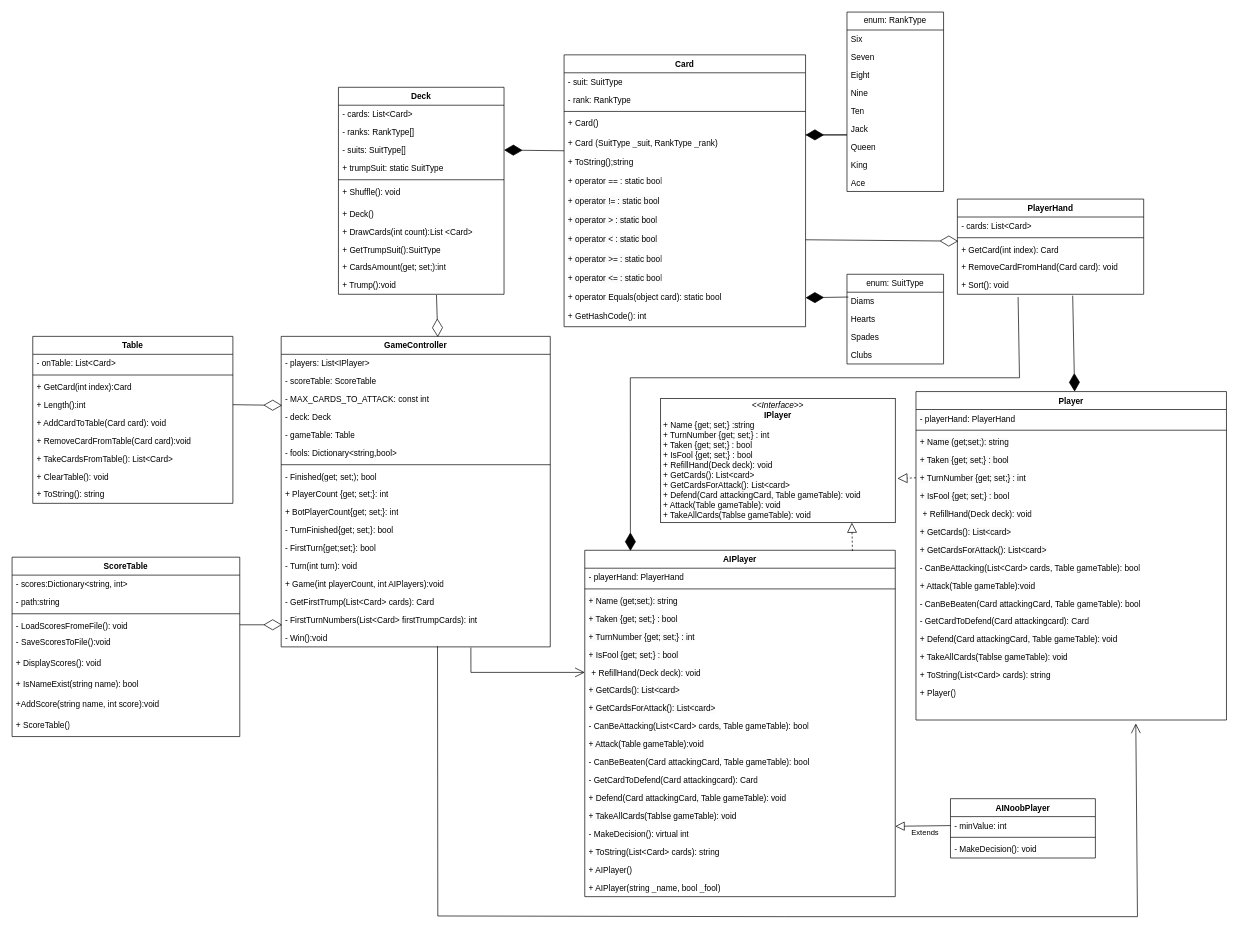
Stebusha/TheFool keeps this draw.io diagram as Docs/ДуракМодель.drawio. Above is the earlier version. Source tidied: cells renumbered, new cells numbered last; positions are measured from the earlier drawing's top-left corner, leaving out a move shared by most shapes. Both pictures are drawn from the tidied source at 69%, with x=0, y=0 at pixel (12, 12).
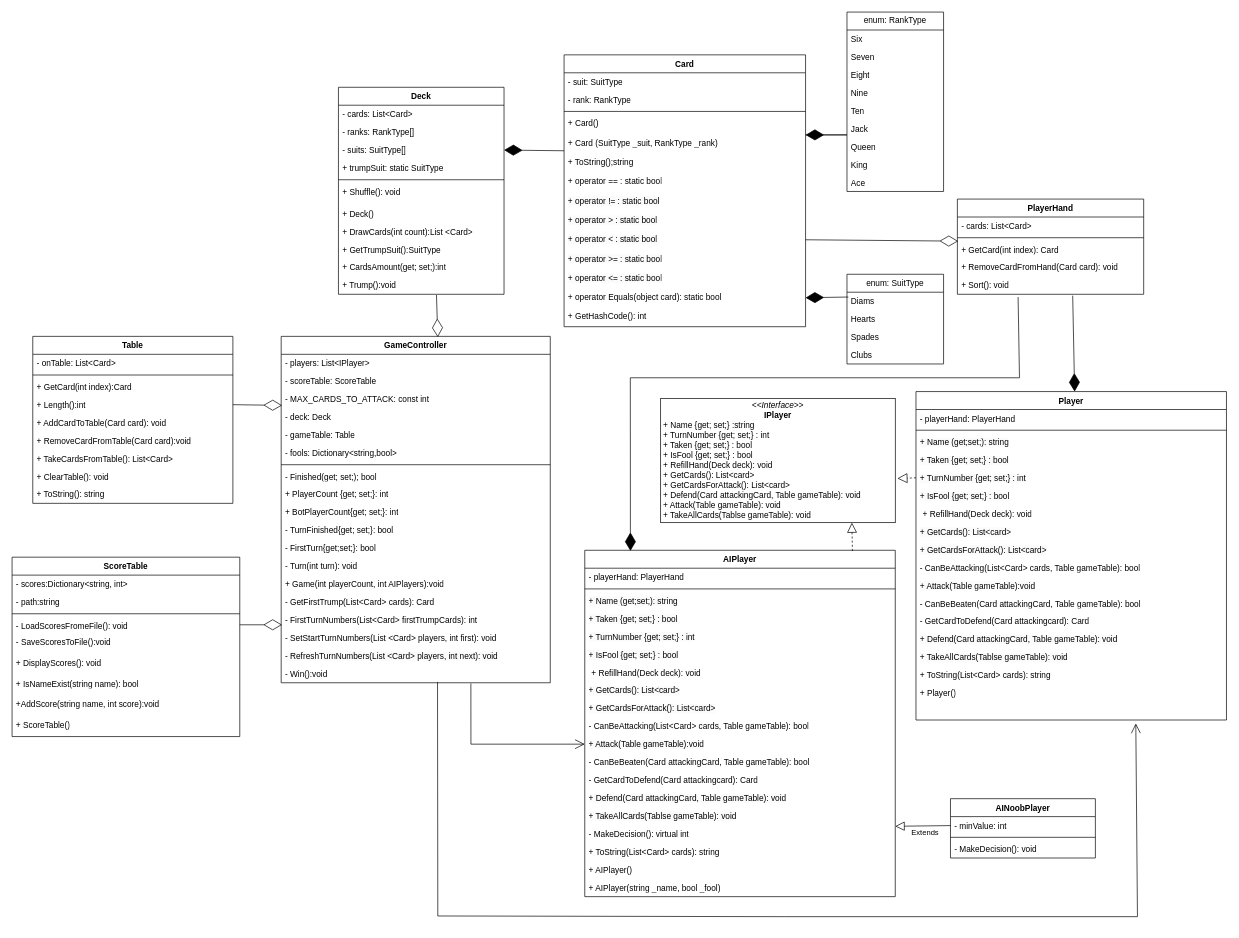
After the change.

Unchanged cells that the change refers to:
```xml
<mxCell id="80" value="&lt;p style=&quot;margin: 0px 0px 0px 4px;&quot;&gt;+ RefillHand(Deck deck): void&lt;/p&gt;" style="text;strokeColor=none;fillColor=none;align=left;verticalAlign=top;spacingLeft=4;spacingRight=4;overflow=hidden;points=[[0,0.5],[1,0.5]];portConstraint=eastwest;whiteSpace=wrap;html=1;" parent="73" vertex="1">
  <mxGeometry y="164" width="450" height="26" as="geometry" />
</mxCell>
<mxCell id="84" value="&lt;span style=&quot;color: rgb(0, 0, 0); font-family: Helvetica; font-size: 12px; font-style: normal; font-variant-ligatures: normal; font-variant-caps: normal; font-weight: 400; letter-spacing: normal; orphans: 2; text-align: left; text-indent: 0px; text-transform: none; widows: 2; word-spacing: 0px; -webkit-text-stroke-width: 0px; white-space: normal; background-color: rgb(251, 251, 251); text-decoration-thickness: initial; text-decoration-style: initial; text-decoration-color: initial; display: inline !important; float: none;&quot;&gt;+ Attack(Table gameTable):void&lt;/span&gt;" style="text;strokeColor=none;fillColor=none;align=left;verticalAlign=top;spacingLeft=4;spacingRight=4;overflow=hidden;points=[[0,0.5],[1,0.5]];portConstraint=eastwest;whiteSpace=wrap;html=1;" parent="73" vertex="1">
  <mxGeometry y="268" width="450" height="26" as="geometry" />
</mxCell>
```

The edit, as a diff of the source:
```diff
@@
     <mxCell id="18" value="GameController" style="swimlane;fontStyle=1;align=center;verticalAlign=top;horizontal=1;startSize=26;whiteSpace=wrap;html=1;" parent="1" vertex="1">
-      <mxGeometry x="390" y="470" width="390" height="450" as="geometry" />
+      <mxGeometry x="390" y="470" width="390" height="502" as="geometry" />
     </mxCell>
@@
+    <mxCell id="146" value="- SetStartTurnNumbers(List &amp;lt;Card&amp;gt; players, int first): void" style="text;strokeColor=none;fillColor=none;align=left;verticalAlign=top;spacingLeft=4;spacingRight=4;overflow=hidden;whiteSpace=wrap;html=1;" parent="18" vertex="1">
+      <mxGeometry y="424" width="390" height="26" as="geometry" />
+    </mxCell>
+    <mxCell id="147" value="&lt;span style=&quot;color: rgb(0, 0, 0); font-family: Helvetica; font-size: 12px; font-style: normal; font-variant-ligatures: normal; font-variant-caps: normal; font-weight: 400; letter-spacing: normal; orphans: 2; text-align: left; text-indent: 0px; text-transform: none; widows: 2; word-spacing: 0px; -webkit-text-stroke-width: 0px; white-space: normal; background-color: rgb(251, 251, 251); text-decoration-thickness: initial; text-decoration-style: initial; text-decoration-color: initial; display: inline !important; float: none;&quot;&gt;- RefreshTurnNumbers(List &amp;lt;Card&amp;gt; players, int next): void&lt;/span&gt;&lt;div&gt;&lt;br/&gt;&lt;/div&gt;" style="text;strokeColor=none;fillColor=none;align=left;verticalAlign=top;spacingLeft=4;spacingRight=4;overflow=hidden;whiteSpace=wrap;html=1;" parent="18" vertex="1">
+      <mxGeometry y="450" width="390" height="26" as="geometry" />
+    </mxCell>
     <mxCell id="35" value="- Win():void" style="text;strokeColor=none;fillColor=none;align=left;verticalAlign=top;spacingLeft=4;spacingRight=4;overflow=hidden;points=[[0,0.5],[1,0.5]];portConstraint=eastwest;whiteSpace=wrap;html=1;" parent="18" vertex="1">
-      <mxGeometry y="424" width="390" height="26" as="geometry" />
+      <mxGeometry y="476" width="390" height="26" as="geometry" />
     </mxCell>
@@
-    <mxCell id="142" style="endArrow=open;endFill=1;endSize=12;html=1;rounded=0;exitX=0.705;exitY=1.038;exitDx=0;exitDy=0;exitPerimeter=0;entryX=0;entryY=0.5;entryDx=0;entryDy=0;" parent="1" edge="1" source="35" target="80">
+    <mxCell id="142" style="endArrow=open;endFill=1;endSize=12;html=1;rounded=0;exitX=0.705;exitY=1.038;exitDx=0;exitDy=0;exitPerimeter=0;entryX=0;entryY=0.5;entryDx=0;entryDy=0;" parent="1" edge="1" source="35" target="84">
       <mxGeometry relative="1" as="geometry">
         <Array as="points">
-          <mxPoint x="665" y="957" />
+          <mxPoint x="665" y="1061" />
         </Array>
       </mxGeometry>
     </mxCell>
```
